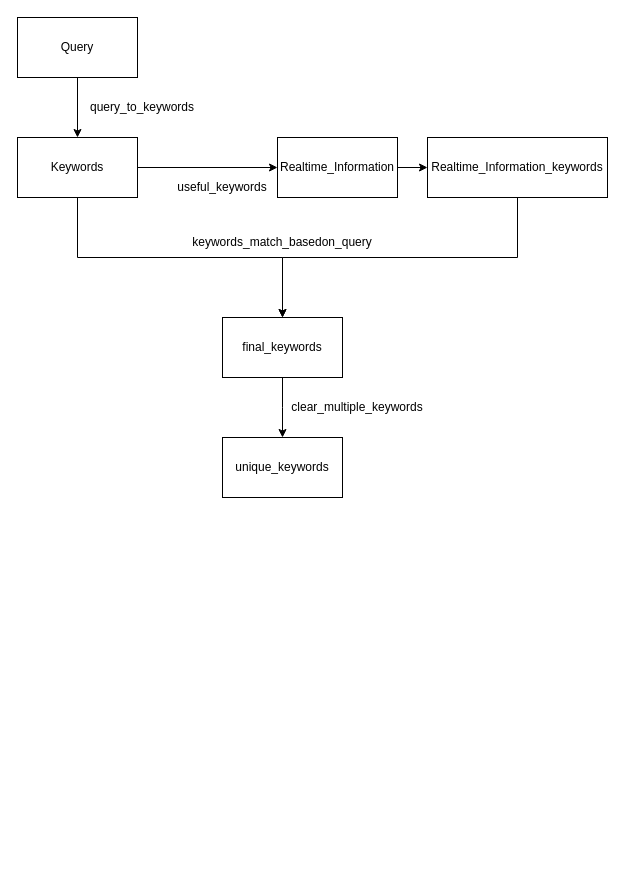
Formyselfonly/drawioFlowchart keeps this draw.io diagram as AI_Search.drawio. Above is the earlier version. Source tidied: cells renumbered, new cells numbered last; positions are measured from the earlier drawing's top-left corner, leaving out a move shared by most shapes. Both pictures are drawn from the tidied source at 100%, with x=0, y=0 at pixel (17, 17).
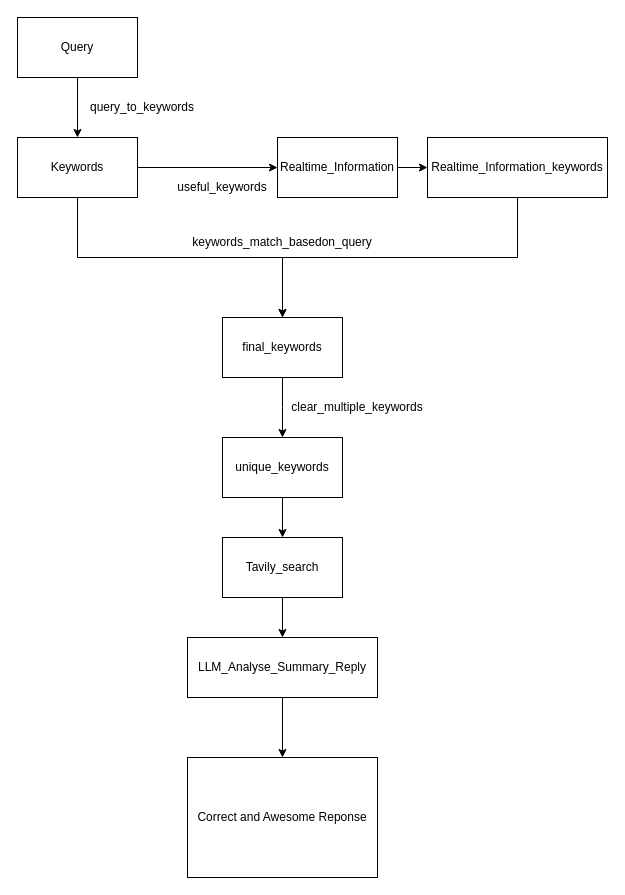
The same page after the edit.

Unchanged cells that the change refers to:
```xml
<mxCell id="16" value="unique_keywords" style="rounded=0;whiteSpace=wrap;html=1;" parent="1" vertex="1">
  <mxGeometry x="205" y="420" width="120" height="60" as="geometry" />
</mxCell>
```

Diff of the diagram source:
```diff
@@
+    <mxCell id="18" style="edgeStyle=orthogonalEdgeStyle;rounded=0;jettySize=auto;html=1;" parent="1" edge="1" source="16" target="20">
+      <mxGeometry relative="1" as="geometry" />
+    </mxCell>
@@
+    <mxCell id="19" style="edgeStyle=orthogonalEdgeStyle;rounded=0;jettySize=auto;html=1;entryX=0.5;entryY=0;entryDx=0;entryDy=0;" parent="1" edge="1" source="20" target="22">
+      <mxGeometry relative="1" as="geometry" />
+    </mxCell>
+    <mxCell id="20" value="Tavily_search" style="rounded=0;whiteSpace=wrap;html=1;" parent="1" vertex="1">
+      <mxGeometry x="205" y="520" width="120" height="60" as="geometry" />
+    </mxCell>
+    <mxCell id="21" style="edgeStyle=orthogonalEdgeStyle;rounded=0;jettySize=auto;html=1;" parent="1" edge="1" source="22" target="23">
+      <mxGeometry relative="1" as="geometry" />
+    </mxCell>
+    <mxCell id="22" value="LLM_Analyse_Summary_Reply" style="rounded=0;whiteSpace=wrap;html=1;" parent="1" vertex="1">
+      <mxGeometry x="170" y="620" width="190" height="60" as="geometry" />
+    </mxCell>
+    <mxCell id="23" value="Correct and Awesome Reponse" style="rounded=0;whiteSpace=wrap;html=1;" parent="1" vertex="1">
+      <mxGeometry x="170" y="740" width="190" height="120" as="geometry" />
+    </mxCell>
```
